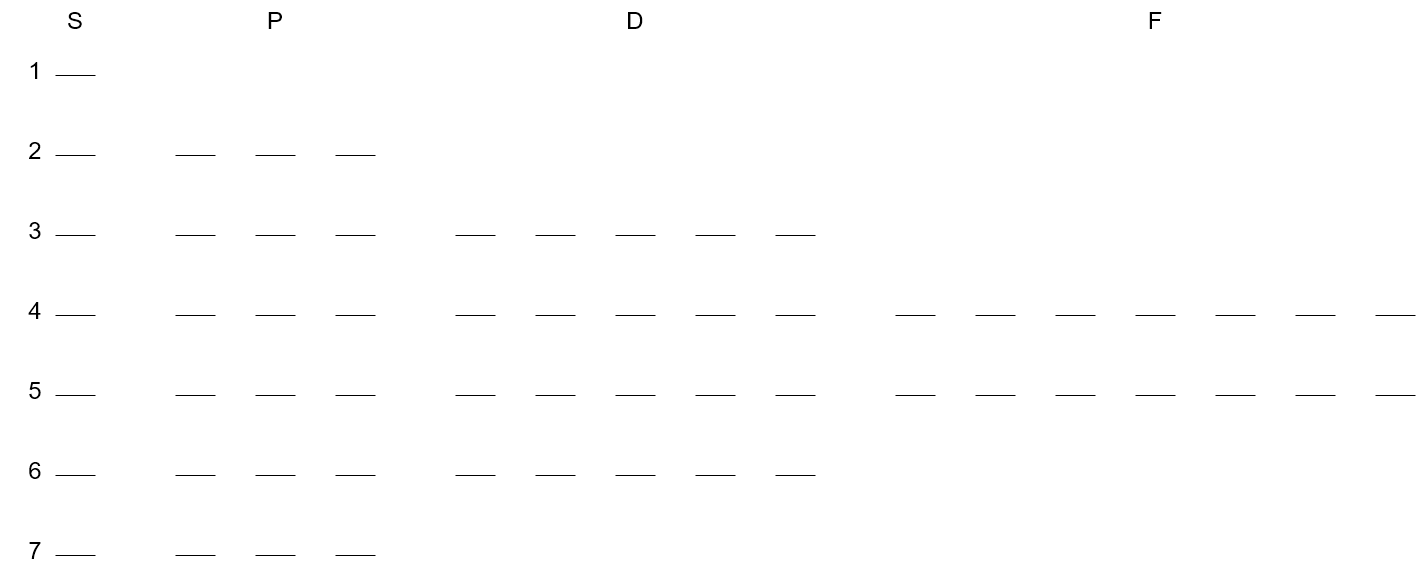
Above: Quimica/Images/Orbitales.png in InspectorDave/LaTeX (draw.io), before the change. Source tidied: cells renumbered, new cells last; positions are measured from the earlier drawing's top-left corner, leaving out a move shared by most shapes. Its diagram source:
```xml
<mxGraphModel>
  <root>
    <mxCell id="0" />
    <mxCell id="1" parent="0" />
    <mxCell id="2" value="&lt;font style=&quot;font-size: 24px;&quot;&gt;S&lt;/font&gt;" style="text;html=1;strokeColor=none;fillColor=none;align=center;verticalAlign=middle;whiteSpace=wrap;rounded=0;" parent="1" vertex="1">
      <mxGeometry x="40" width="60" height="30" as="geometry" />
    </mxCell>
    <mxCell id="3" value="F" style="text;html=1;strokeColor=none;fillColor=none;align=center;verticalAlign=middle;whiteSpace=wrap;rounded=0;fontSize=24;" parent="1" vertex="1">
      <mxGeometry x="1120" width="60" height="30" as="geometry" />
    </mxCell>
    <mxCell id="4" value="P" style="text;html=1;strokeColor=none;fillColor=none;align=center;verticalAlign=middle;whiteSpace=wrap;rounded=0;fontSize=24;" parent="1" vertex="1">
      <mxGeometry x="240" width="60" height="30" as="geometry" />
    </mxCell>
    <mxCell id="5" value="&lt;font style=&quot;font-size: 24px;&quot;&gt;D&lt;/font&gt;" style="text;html=1;strokeColor=none;fillColor=none;align=center;verticalAlign=middle;whiteSpace=wrap;rounded=0;" parent="1" vertex="1">
      <mxGeometry x="600" width="60" height="30" as="geometry" />
    </mxCell>
    <mxCell id="6" style="endArrow=none;html=1;rounded=0;" parent="1" edge="1">
      <mxGeometry relative="1" as="geometry">
        <mxPoint x="50" y="70" as="sourcePoint" />
        <mxPoint x="90" y="70" as="targetPoint" />
      </mxGeometry>
    </mxCell>
    <mxCell id="7" style="endArrow=none;html=1;rounded=0;" parent="1" edge="1">
      <mxGeometry relative="1" as="geometry">
        <mxPoint x="50" y="150" as="sourcePoint" />
        <mxPoint x="90" y="150" as="targetPoint" />
      </mxGeometry>
    </mxCell>
    <mxCell id="8" style="endArrow=none;html=1;rounded=0;" parent="1" edge="1">
      <mxGeometry relative="1" as="geometry">
        <mxPoint x="50" y="230" as="sourcePoint" />
        <mxPoint x="90" y="230" as="targetPoint" />
      </mxGeometry>
    </mxCell>
    <mxCell id="9" style="endArrow=none;html=1;rounded=0;" parent="1" edge="1">
      <mxGeometry relative="1" as="geometry">
        <mxPoint x="50" y="310" as="sourcePoint" />
        <mxPoint x="90" y="310" as="targetPoint" />
      </mxGeometry>
    </mxCell>
    <mxCell id="10" style="endArrow=none;html=1;rounded=0;" parent="1" edge="1">
      <mxGeometry relative="1" as="geometry">
        <mxPoint x="90" y="390" as="sourcePoint" />
        <mxPoint x="50" y="390" as="targetPoint" />
      </mxGeometry>
    </mxCell>
    <mxCell id="11" style="endArrow=none;html=1;rounded=0;" parent="1" edge="1">
      <mxGeometry relative="1" as="geometry">
        <mxPoint x="50" y="470" as="sourcePoint" />
        <mxPoint x="90" y="470" as="targetPoint" />
      </mxGeometry>
    </mxCell>
    <mxCell id="12" style="endArrow=none;html=1;rounded=0;" parent="1" edge="1">
      <mxGeometry relative="1" as="geometry">
        <mxPoint x="50" y="550" as="sourcePoint" />
        <mxPoint x="90" y="550" as="targetPoint" />
      </mxGeometry>
    </mxCell>
    <mxCell id="13" style="group;" parent="1" vertex="1">
      <mxGeometry x="170" y="150" width="40" height="400" as="geometry" />
    </mxCell>
    <mxCell id="14" style="endArrow=none;html=1;rounded=0;" parent="13" edge="1">
      <mxGeometry relative="1" as="geometry">
        <mxPoint as="sourcePoint" />
        <mxPoint x="40" as="targetPoint" />
      </mxGeometry>
    </mxCell>
    <mxCell id="15" style="endArrow=none;html=1;rounded=0;" parent="13" edge="1">
      <mxGeometry relative="1" as="geometry">
        <mxPoint y="80" as="sourcePoint" />
        <mxPoint x="40" y="80" as="targetPoint" />
      </mxGeometry>
    </mxCell>
    <mxCell id="16" style="endArrow=none;html=1;rounded=0;" parent="13" edge="1">
      <mxGeometry relative="1" as="geometry">
        <mxPoint y="160" as="sourcePoint" />
        <mxPoint x="40" y="160" as="targetPoint" />
      </mxGeometry>
    </mxCell>
    <mxCell id="17" style="endArrow=none;html=1;rounded=0;" parent="13" edge="1">
      <mxGeometry relative="1" as="geometry">
        <mxPoint x="40" y="240" as="sourcePoint" />
        <mxPoint y="240" as="targetPoint" />
      </mxGeometry>
    </mxCell>
    <mxCell id="18" style="endArrow=none;html=1;rounded=0;" parent="13" edge="1">
      <mxGeometry relative="1" as="geometry">
        <mxPoint y="320" as="sourcePoint" />
        <mxPoint x="40" y="320" as="targetPoint" />
      </mxGeometry>
    </mxCell>
    <mxCell id="19" style="endArrow=none;html=1;rounded=0;" parent="13" edge="1">
      <mxGeometry relative="1" as="geometry">
        <mxPoint y="400" as="sourcePoint" />
        <mxPoint x="40" y="400" as="targetPoint" />
      </mxGeometry>
    </mxCell>
    <mxCell id="20" style="group;" parent="1" vertex="1">
      <mxGeometry x="250" y="150" width="40" height="400" as="geometry" />
    </mxCell>
    <mxCell id="21" style="endArrow=none;html=1;rounded=0;" parent="20" edge="1">
      <mxGeometry relative="1" as="geometry">
        <mxPoint as="sourcePoint" />
        <mxPoint x="40" as="targetPoint" />
      </mxGeometry>
    </mxCell>
    <mxCell id="22" style="endArrow=none;html=1;rounded=0;" parent="20" edge="1">
      <mxGeometry relative="1" as="geometry">
        <mxPoint y="80" as="sourcePoint" />
        <mxPoint x="40" y="80" as="targetPoint" />
      </mxGeometry>
    </mxCell>
    <mxCell id="23" style="endArrow=none;html=1;rounded=0;" parent="20" edge="1">
      <mxGeometry relative="1" as="geometry">
        <mxPoint y="160" as="sourcePoint" />
        <mxPoint x="40" y="160" as="targetPoint" />
      </mxGeometry>
    </mxCell>
    <mxCell id="24" style="endArrow=none;html=1;rounded=0;" parent="20" edge="1">
      <mxGeometry relative="1" as="geometry">
        <mxPoint x="40" y="240" as="sourcePoint" />
        <mxPoint y="240" as="targetPoint" />
      </mxGeometry>
    </mxCell>
    <mxCell id="25" style="endArrow=none;html=1;rounded=0;" parent="20" edge="1">
      <mxGeometry relative="1" as="geometry">
        <mxPoint y="320" as="sourcePoint" />
        <mxPoint x="40" y="320" as="targetPoint" />
      </mxGeometry>
    </mxCell>
    <mxCell id="26" style="endArrow=none;html=1;rounded=0;" parent="20" edge="1">
      <mxGeometry relative="1" as="geometry">
        <mxPoint y="400" as="sourcePoint" />
        <mxPoint x="40" y="400" as="targetPoint" />
      </mxGeometry>
    </mxCell>
    <mxCell id="27" style="group;" parent="1" vertex="1">
      <mxGeometry x="330" y="150" width="40" height="400" as="geometry" />
    </mxCell>
    <mxCell id="28" style="endArrow=none;html=1;rounded=0;" parent="27" edge="1">
      <mxGeometry relative="1" as="geometry">
        <mxPoint as="sourcePoint" />
        <mxPoint x="40" as="targetPoint" />
      </mxGeometry>
    </mxCell>
    <mxCell id="29" style="endArrow=none;html=1;rounded=0;" parent="27" edge="1">
      <mxGeometry relative="1" as="geometry">
        <mxPoint y="80" as="sourcePoint" />
        <mxPoint x="40" y="80" as="targetPoint" />
      </mxGeometry>
    </mxCell>
    <mxCell id="30" style="endArrow=none;html=1;rounded=0;" parent="27" edge="1">
      <mxGeometry relative="1" as="geometry">
        <mxPoint y="160" as="sourcePoint" />
        <mxPoint x="40" y="160" as="targetPoint" />
      </mxGeometry>
    </mxCell>
    <mxCell id="31" style="endArrow=none;html=1;rounded=0;" parent="27" edge="1">
      <mxGeometry relative="1" as="geometry">
        <mxPoint x="40" y="240" as="sourcePoint" />
        <mxPoint y="240" as="targetPoint" />
      </mxGeometry>
    </mxCell>
    <mxCell id="32" style="endArrow=none;html=1;rounded=0;" parent="27" edge="1">
      <mxGeometry relative="1" as="geometry">
        <mxPoint y="320" as="sourcePoint" />
        <mxPoint x="40" y="320" as="targetPoint" />
      </mxGeometry>
    </mxCell>
    <mxCell id="33" style="endArrow=none;html=1;rounded=0;" parent="27" edge="1">
      <mxGeometry relative="1" as="geometry">
        <mxPoint y="400" as="sourcePoint" />
        <mxPoint x="40" y="400" as="targetPoint" />
      </mxGeometry>
    </mxCell>
    <mxCell id="34" style="group;" parent="1" vertex="1">
      <mxGeometry x="890" y="310" width="360" height="80" as="geometry" />
    </mxCell>
    <mxCell id="35" style="endArrow=none;html=1;rounded=0;" parent="34" edge="1">
      <mxGeometry relative="1" as="geometry">
        <mxPoint as="sourcePoint" />
        <mxPoint x="40" as="targetPoint" />
      </mxGeometry>
    </mxCell>
    <mxCell id="36" style="endArrow=none;html=1;rounded=0;" parent="34" edge="1">
      <mxGeometry relative="1" as="geometry">
        <mxPoint x="40" y="80" as="sourcePoint" />
        <mxPoint y="80" as="targetPoint" />
      </mxGeometry>
    </mxCell>
    <mxCell id="37" style="endArrow=none;html=1;rounded=0;" parent="34" edge="1">
      <mxGeometry relative="1" as="geometry">
        <mxPoint x="80" as="sourcePoint" />
        <mxPoint x="120" as="targetPoint" />
      </mxGeometry>
    </mxCell>
    <mxCell id="38" style="endArrow=none;html=1;rounded=0;" parent="34" edge="1">
      <mxGeometry relative="1" as="geometry">
        <mxPoint x="120" y="80" as="sourcePoint" />
        <mxPoint x="80" y="80" as="targetPoint" />
      </mxGeometry>
    </mxCell>
    <mxCell id="39" style="endArrow=none;html=1;rounded=0;" parent="34" edge="1">
      <mxGeometry relative="1" as="geometry">
        <mxPoint x="160" as="sourcePoint" />
        <mxPoint x="200" as="targetPoint" />
      </mxGeometry>
    </mxCell>
    <mxCell id="40" style="endArrow=none;html=1;rounded=0;" parent="34" edge="1">
      <mxGeometry relative="1" as="geometry">
        <mxPoint x="200" y="80" as="sourcePoint" />
        <mxPoint x="160" y="80" as="targetPoint" />
      </mxGeometry>
    </mxCell>
    <mxCell id="41" style="endArrow=none;html=1;rounded=0;" parent="34" edge="1">
      <mxGeometry relative="1" as="geometry">
        <mxPoint x="240" as="sourcePoint" />
        <mxPoint x="280" as="targetPoint" />
      </mxGeometry>
    </mxCell>
    <mxCell id="42" style="endArrow=none;html=1;rounded=0;" parent="34" edge="1">
      <mxGeometry relative="1" as="geometry">
        <mxPoint x="280" y="80" as="sourcePoint" />
        <mxPoint x="240" y="80" as="targetPoint" />
      </mxGeometry>
    </mxCell>
    <mxCell id="43" style="endArrow=none;html=1;rounded=0;" parent="34" edge="1">
      <mxGeometry relative="1" as="geometry">
        <mxPoint x="320" as="sourcePoint" />
        <mxPoint x="360" as="targetPoint" />
      </mxGeometry>
    </mxCell>
    <mxCell id="44" style="endArrow=none;html=1;rounded=0;" parent="34" edge="1">
      <mxGeometry relative="1" as="geometry">
        <mxPoint x="360" y="80" as="sourcePoint" />
        <mxPoint x="320" y="80" as="targetPoint" />
      </mxGeometry>
    </mxCell>
    <mxCell id="45" style="group;" parent="1" vertex="1">
      <mxGeometry x="1290" y="310" width="120" height="80" as="geometry" />
    </mxCell>
    <mxCell id="46" style="endArrow=none;html=1;rounded=0;" parent="45" edge="1">
      <mxGeometry relative="1" as="geometry">
        <mxPoint as="sourcePoint" />
        <mxPoint x="40" as="targetPoint" />
      </mxGeometry>
    </mxCell>
    <mxCell id="47" style="endArrow=none;html=1;rounded=0;" parent="45" edge="1">
      <mxGeometry relative="1" as="geometry">
        <mxPoint x="40" y="80" as="sourcePoint" />
        <mxPoint y="80" as="targetPoint" />
      </mxGeometry>
    </mxCell>
    <mxCell id="48" style="endArrow=none;html=1;rounded=0;" parent="45" edge="1">
      <mxGeometry relative="1" as="geometry">
        <mxPoint x="80" as="sourcePoint" />
        <mxPoint x="120" as="targetPoint" />
      </mxGeometry>
    </mxCell>
    <mxCell id="49" style="endArrow=none;html=1;rounded=0;" parent="45" edge="1">
      <mxGeometry relative="1" as="geometry">
        <mxPoint x="120" y="80" as="sourcePoint" />
        <mxPoint x="80" y="80" as="targetPoint" />
      </mxGeometry>
    </mxCell>
    <mxCell id="50" value="1" style="text;html=1;strokeColor=none;fillColor=none;align=center;verticalAlign=middle;whiteSpace=wrap;rounded=0;fontSize=24;" parent="1" vertex="1">
      <mxGeometry y="50" width="60" height="30" as="geometry" />
    </mxCell>
    <mxCell id="51" value="2" style="text;html=1;strokeColor=none;fillColor=none;align=center;verticalAlign=middle;whiteSpace=wrap;rounded=0;fontSize=24;" parent="1" vertex="1">
      <mxGeometry y="130" width="60" height="30" as="geometry" />
    </mxCell>
    <mxCell id="52" value="3" style="text;html=1;strokeColor=none;fillColor=none;align=center;verticalAlign=middle;whiteSpace=wrap;rounded=0;fontSize=24;" parent="1" vertex="1">
      <mxGeometry y="210" width="60" height="30" as="geometry" />
    </mxCell>
    <mxCell id="53" style="endArrow=none;html=1;rounded=0;" parent="1" edge="1">
      <mxGeometry relative="1" as="geometry">
        <mxPoint x="770" y="230" as="sourcePoint" />
        <mxPoint x="810" y="230" as="targetPoint" />
      </mxGeometry>
    </mxCell>
    <mxCell id="54" style="endArrow=none;html=1;rounded=0;" parent="1" edge="1">
      <mxGeometry relative="1" as="geometry">
        <mxPoint x="770" y="310" as="sourcePoint" />
        <mxPoint x="810" y="310" as="targetPoint" />
      </mxGeometry>
    </mxCell>
    <mxCell id="55" style="endArrow=none;html=1;rounded=0;" parent="1" edge="1">
      <mxGeometry relative="1" as="geometry">
        <mxPoint x="810" y="390" as="sourcePoint" />
        <mxPoint x="770" y="390" as="targetPoint" />
      </mxGeometry>
    </mxCell>
    <mxCell id="56" style="endArrow=none;html=1;rounded=0;" parent="1" edge="1">
      <mxGeometry relative="1" as="geometry">
        <mxPoint x="770" y="470" as="sourcePoint" />
        <mxPoint x="810" y="470" as="targetPoint" />
      </mxGeometry>
    </mxCell>
    <mxCell id="57" style="endArrow=none;html=1;rounded=0;" parent="1" edge="1">
      <mxGeometry relative="1" as="geometry">
        <mxPoint x="690" y="230" as="sourcePoint" />
        <mxPoint x="730" y="230" as="targetPoint" />
      </mxGeometry>
    </mxCell>
    <mxCell id="58" style="endArrow=none;html=1;rounded=0;" parent="1" edge="1">
      <mxGeometry relative="1" as="geometry">
        <mxPoint x="690" y="310" as="sourcePoint" />
        <mxPoint x="730" y="310" as="targetPoint" />
      </mxGeometry>
    </mxCell>
    <mxCell id="59" style="endArrow=none;html=1;rounded=0;" parent="1" edge="1">
      <mxGeometry relative="1" as="geometry">
        <mxPoint x="730" y="390" as="sourcePoint" />
        <mxPoint x="690" y="390" as="targetPoint" />
      </mxGeometry>
    </mxCell>
    <mxCell id="60" style="endArrow=none;html=1;rounded=0;" parent="1" edge="1">
      <mxGeometry relative="1" as="geometry">
        <mxPoint x="690" y="470" as="sourcePoint" />
        <mxPoint x="730" y="470" as="targetPoint" />
      </mxGeometry>
    </mxCell>
    <mxCell id="61" style="endArrow=none;html=1;rounded=0;" parent="1" edge="1">
      <mxGeometry relative="1" as="geometry">
        <mxPoint x="610" y="230" as="sourcePoint" />
        <mxPoint x="650" y="230" as="targetPoint" />
      </mxGeometry>
    </mxCell>
    <mxCell id="62" style="endArrow=none;html=1;rounded=0;" parent="1" edge="1">
      <mxGeometry relative="1" as="geometry">
        <mxPoint x="610" y="310" as="sourcePoint" />
        <mxPoint x="650" y="310" as="targetPoint" />
      </mxGeometry>
    </mxCell>
    <mxCell id="63" style="endArrow=none;html=1;rounded=0;" parent="1" edge="1">
      <mxGeometry relative="1" as="geometry">
        <mxPoint x="650" y="390" as="sourcePoint" />
        <mxPoint x="610" y="390" as="targetPoint" />
      </mxGeometry>
    </mxCell>
    <mxCell id="64" style="endArrow=none;html=1;rounded=0;" parent="1" edge="1">
      <mxGeometry relative="1" as="geometry">
        <mxPoint x="610" y="470" as="sourcePoint" />
        <mxPoint x="650" y="470" as="targetPoint" />
      </mxGeometry>
    </mxCell>
    <mxCell id="65" style="endArrow=none;html=1;rounded=0;" parent="1" edge="1">
      <mxGeometry relative="1" as="geometry">
        <mxPoint x="530" y="230" as="sourcePoint" />
        <mxPoint x="570" y="230" as="targetPoint" />
      </mxGeometry>
    </mxCell>
    <mxCell id="66" style="endArrow=none;html=1;rounded=0;" parent="1" edge="1">
      <mxGeometry relative="1" as="geometry">
        <mxPoint x="530" y="310" as="sourcePoint" />
        <mxPoint x="570" y="310" as="targetPoint" />
      </mxGeometry>
    </mxCell>
    <mxCell id="67" style="endArrow=none;html=1;rounded=0;" parent="1" edge="1">
      <mxGeometry relative="1" as="geometry">
        <mxPoint x="570" y="390" as="sourcePoint" />
        <mxPoint x="530" y="390" as="targetPoint" />
      </mxGeometry>
    </mxCell>
    <mxCell id="68" style="endArrow=none;html=1;rounded=0;" parent="1" edge="1">
      <mxGeometry relative="1" as="geometry">
        <mxPoint x="530" y="470" as="sourcePoint" />
        <mxPoint x="570" y="470" as="targetPoint" />
      </mxGeometry>
    </mxCell>
    <mxCell id="69" style="endArrow=none;html=1;rounded=0;" parent="1" edge="1">
      <mxGeometry relative="1" as="geometry">
        <mxPoint x="450" y="230" as="sourcePoint" />
        <mxPoint x="490" y="230" as="targetPoint" />
      </mxGeometry>
    </mxCell>
    <mxCell id="70" style="endArrow=none;html=1;rounded=0;" parent="1" edge="1">
      <mxGeometry relative="1" as="geometry">
        <mxPoint x="450" y="310" as="sourcePoint" />
        <mxPoint x="490" y="310" as="targetPoint" />
      </mxGeometry>
    </mxCell>
    <mxCell id="71" style="endArrow=none;html=1;rounded=0;" parent="1" edge="1">
      <mxGeometry relative="1" as="geometry">
        <mxPoint x="490" y="390" as="sourcePoint" />
        <mxPoint x="450" y="390" as="targetPoint" />
      </mxGeometry>
    </mxCell>
    <mxCell id="72" style="endArrow=none;html=1;rounded=0;" parent="1" edge="1">
      <mxGeometry relative="1" as="geometry">
        <mxPoint x="450" y="470" as="sourcePoint" />
        <mxPoint x="490" y="470" as="targetPoint" />
      </mxGeometry>
    </mxCell>
    <mxCell id="73" value="4" style="text;html=1;strokeColor=none;fillColor=none;align=center;verticalAlign=middle;whiteSpace=wrap;rounded=0;fontSize=24;" parent="1" vertex="1">
      <mxGeometry y="290" width="60" height="30" as="geometry" />
    </mxCell>
    <mxCell id="74" value="5" style="text;html=1;strokeColor=none;fillColor=none;align=center;verticalAlign=middle;whiteSpace=wrap;rounded=0;fontSize=24;" parent="1" vertex="1">
      <mxGeometry y="370" width="60" height="30" as="geometry" />
    </mxCell>
    <mxCell id="75" value="6" style="text;html=1;strokeColor=none;fillColor=none;align=center;verticalAlign=middle;whiteSpace=wrap;rounded=0;fontSize=24;" parent="1" vertex="1">
      <mxGeometry y="450" width="60" height="30" as="geometry" />
    </mxCell>
    <mxCell id="76" value="7" style="text;html=1;strokeColor=none;fillColor=none;align=center;verticalAlign=middle;whiteSpace=wrap;rounded=0;fontSize=24;" parent="1" vertex="1">
      <mxGeometry y="530" width="60" height="30" as="geometry" />
    </mxCell>
  </root>
</mxGraphModel>
```
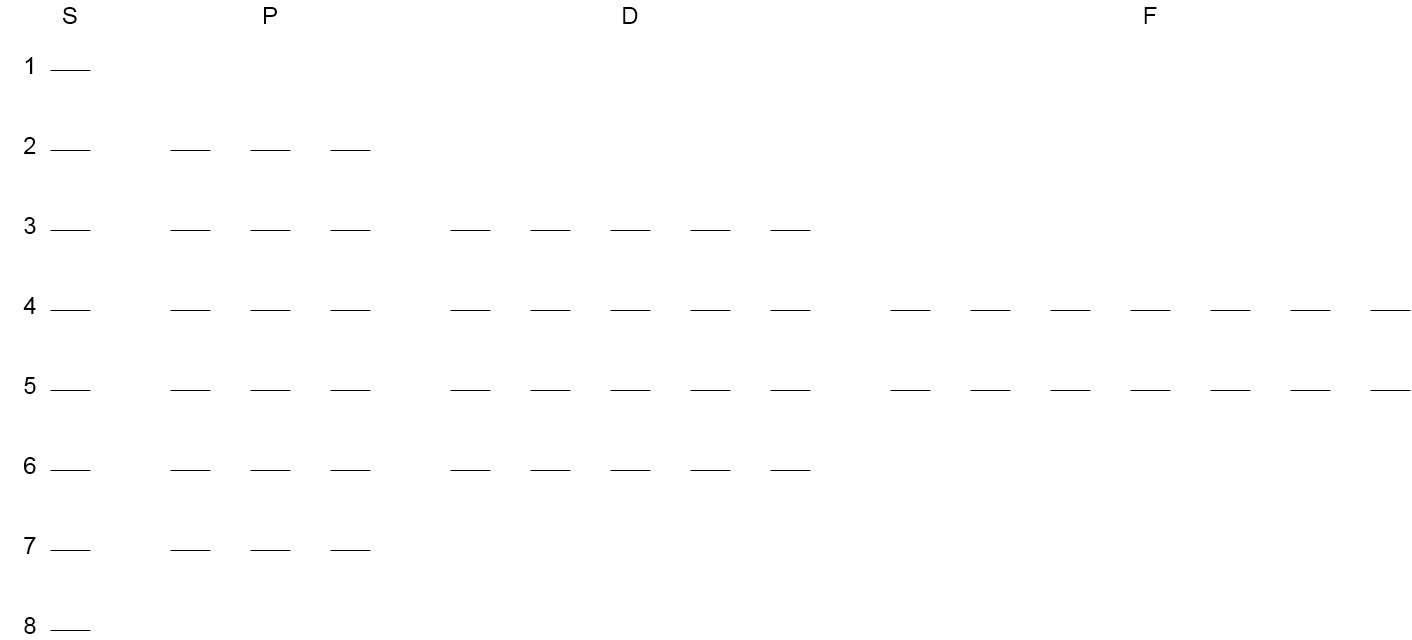
The same file after the commit.

The edit, as a diff of the source:
```diff
@@ -404,5 +404,14 @@
     <mxCell id="76" value="7" style="text;html=1;strokeColor=none;fillColor=none;align=center;verticalAlign=middle;whiteSpace=wrap;rounded=0;fontSize=24;" parent="1" vertex="1">
       <mxGeometry y="530" width="60" height="30" as="geometry" />
     </mxCell>
+    <mxCell id="77" style="endArrow=none;html=1;rounded=0;" parent="1" edge="1">
+      <mxGeometry relative="1" as="geometry">
+        <mxPoint x="50" y="630" as="sourcePoint" />
+        <mxPoint x="90" y="630" as="targetPoint" />
+      </mxGeometry>
+    </mxCell>
+    <mxCell id="78" value="8" style="text;html=1;strokeColor=none;fillColor=none;align=center;verticalAlign=middle;whiteSpace=wrap;rounded=0;fontSize=24;" parent="1" vertex="1">
+      <mxGeometry y="610" width="60" height="30" as="geometry" />
+    </mxCell>
   </root>
 </mxGraphModel>
```
